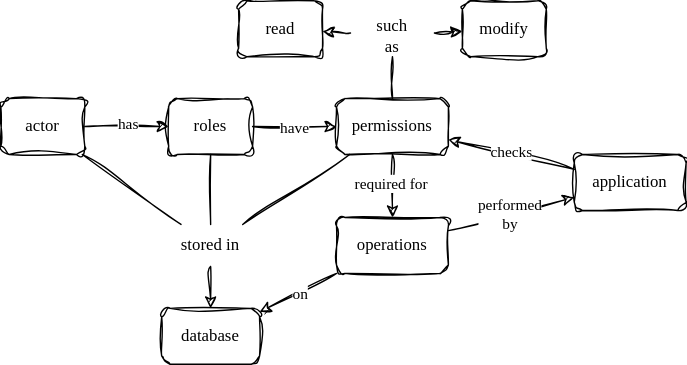
Earlier version of the draw.io export 11_perm/perm_concept_map.svg (lessonomicon/webonomicon). Source tidied: cells renumbered, new cells last; positions are measured from the earlier drawing's top-left corner, leaving out a move shared by most shapes. Source of this version:
```xml
<mxGraphModel>
  <root>
    <mxCell id="0" />
    <mxCell id="1" parent="0" />
    <mxCell id="2" value="actor" style="rounded=1;whiteSpace=wrap;html=1;sketch=1;hachureGap=4;jiggle=2;curveFitting=1;fontFamily=Architects Daughter;fontSource=https%3A%2F%2Ffonts.googleapis.com%2Fcss%3Ffamily%3DArchitects%2BDaughter;fillColor=none;" parent="1" vertex="1">
      <mxGeometry y="70" width="60" height="40" as="geometry" />
    </mxCell>
    <mxCell id="3" value="roles" style="rounded=1;whiteSpace=wrap;html=1;sketch=1;hachureGap=4;jiggle=2;curveFitting=1;fontFamily=Architects Daughter;fontSource=https%3A%2F%2Ffonts.googleapis.com%2Fcss%3Ffamily%3DArchitects%2BDaughter;fillColor=none;" parent="1" vertex="1">
      <mxGeometry x="120" y="70" width="60" height="40" as="geometry" />
    </mxCell>
    <mxCell id="4" style="endArrow=classic;html=1;rounded=0;sketch=1;hachureGap=4;jiggle=2;curveFitting=1;fontFamily=Architects Daughter;fontSource=https%3A%2F%2Ffonts.googleapis.com%2Fcss%3Ffamily%3DArchitects%2BDaughter;" parent="1" edge="1" source="2" target="3">
      <mxGeometry relative="1" as="geometry" />
    </mxCell>
    <mxCell id="5" value="has" style="edgeLabel;html=1;align=center;verticalAlign=middle;sketch=1;hachureGap=4;jiggle=2;curveFitting=1;fontFamily=Architects Daughter;fontSource=https%3A%2F%2Ffonts.googleapis.com%2Fcss%3Ffamily%3DArchitects%2BDaughter;" parent="4" vertex="1">
      <mxGeometry y="3" relative="1" as="geometry" />
    </mxCell>
    <mxCell id="6" value="permissions" style="rounded=1;whiteSpace=wrap;html=1;sketch=1;hachureGap=4;jiggle=2;curveFitting=1;fontFamily=Architects Daughter;fontSource=https%3A%2F%2Ffonts.googleapis.com%2Fcss%3Ffamily%3DArchitects%2BDaughter;fillColor=none;" parent="1" vertex="1">
      <mxGeometry x="240" y="70" width="80" height="40" as="geometry" />
    </mxCell>
    <mxCell id="7" style="endArrow=classic;html=1;rounded=0;sketch=1;hachureGap=4;jiggle=2;curveFitting=1;fontFamily=Architects Daughter;fontSource=https%3A%2F%2Ffonts.googleapis.com%2Fcss%3Ffamily%3DArchitects%2BDaughter;" parent="1" edge="1" source="3" target="6">
      <mxGeometry relative="1" as="geometry" />
    </mxCell>
    <mxCell id="8" value="have" style="edgeLabel;html=1;align=center;verticalAlign=middle;sketch=1;hachureGap=4;jiggle=2;curveFitting=1;fontFamily=Architects Daughter;fontSource=https%3A%2F%2Ffonts.googleapis.com%2Fcss%3Ffamily%3DArchitects%2BDaughter;" parent="7" vertex="1">
      <mxGeometry x="-0.05" relative="1" as="geometry" />
    </mxCell>
    <mxCell id="9" value="read" style="rounded=1;whiteSpace=wrap;html=1;sketch=1;hachureGap=4;jiggle=2;curveFitting=1;fontFamily=Architects Daughter;fontSource=https%3A%2F%2Ffonts.googleapis.com%2Fcss%3Ffamily%3DArchitects%2BDaughter;fillColor=none;" parent="1" vertex="1">
      <mxGeometry x="170" width="60" height="40" as="geometry" />
    </mxCell>
    <mxCell id="10" value="modify" style="rounded=1;whiteSpace=wrap;html=1;sketch=1;hachureGap=4;jiggle=2;curveFitting=1;fontFamily=Architects Daughter;fontSource=https%3A%2F%2Ffonts.googleapis.com%2Fcss%3Ffamily%3DArchitects%2BDaughter;fillColor=none;" parent="1" vertex="1">
      <mxGeometry x="330" width="60" height="40" as="geometry" />
    </mxCell>
    <mxCell id="11" value="such&lt;div&gt;as&lt;/div&gt;" style="text;html=1;align=center;verticalAlign=middle;whiteSpace=wrap;rounded=0;fontFamily=Architects Daughter;fontSource=https%3A%2F%2Ffonts.googleapis.com%2Fcss%3Ffamily%3DArchitects%2BDaughter;" parent="1" vertex="1">
      <mxGeometry x="250" y="10" width="60" height="30" as="geometry" />
    </mxCell>
    <mxCell id="12" style="endArrow=none;html=1;rounded=0;sketch=1;hachureGap=4;jiggle=2;curveFitting=1;fontFamily=Architects Daughter;fontSource=https%3A%2F%2Ffonts.googleapis.com%2Fcss%3Ffamily%3DArchitects%2BDaughter;" parent="1" edge="1" source="6" target="11">
      <mxGeometry relative="1" as="geometry" />
    </mxCell>
    <mxCell id="13" style="endArrow=classic;html=1;rounded=0;sketch=1;hachureGap=4;jiggle=2;curveFitting=1;fontFamily=Architects Daughter;fontSource=https%3A%2F%2Ffonts.googleapis.com%2Fcss%3Ffamily%3DArchitects%2BDaughter;" parent="1" edge="1" source="11" target="9">
      <mxGeometry relative="1" as="geometry" />
    </mxCell>
    <mxCell id="14" style="endArrow=classic;html=1;rounded=0;sketch=1;hachureGap=4;jiggle=2;curveFitting=1;fontFamily=Architects Daughter;fontSource=https%3A%2F%2Ffonts.googleapis.com%2Fcss%3Ffamily%3DArchitects%2BDaughter;" parent="1" edge="1" source="11" target="10">
      <mxGeometry relative="1" as="geometry" />
    </mxCell>
    <mxCell id="15" value="operations" style="rounded=1;whiteSpace=wrap;html=1;sketch=1;hachureGap=4;jiggle=2;curveFitting=1;fontFamily=Architects Daughter;fontSource=https%3A%2F%2Ffonts.googleapis.com%2Fcss%3Ffamily%3DArchitects%2BDaughter;fillColor=none;" parent="1" vertex="1">
      <mxGeometry x="240" y="155" width="80" height="40" as="geometry" />
    </mxCell>
    <mxCell id="16" style="endArrow=classic;html=1;rounded=0;sketch=1;hachureGap=4;jiggle=2;curveFitting=1;fontFamily=Architects Daughter;fontSource=https%3A%2F%2Ffonts.googleapis.com%2Fcss%3Ffamily%3DArchitects%2BDaughter;" parent="1" edge="1" source="6" target="15">
      <mxGeometry relative="1" as="geometry" />
    </mxCell>
    <mxCell id="17" value="required for" style="edgeLabel;html=1;align=center;verticalAlign=middle;sketch=1;hachureGap=4;jiggle=2;curveFitting=1;fontFamily=Architects Daughter;fontSource=https%3A%2F%2Ffonts.googleapis.com%2Fcss%3Ffamily%3DArchitects%2BDaughter;" parent="16" vertex="1">
      <mxGeometry x="-0.1" y="-2" relative="1" as="geometry" />
    </mxCell>
    <mxCell id="18" value="stored in" style="text;html=1;align=center;verticalAlign=middle;whiteSpace=wrap;rounded=0;fontFamily=Architects Daughter;fontSource=https%3A%2F%2Ffonts.googleapis.com%2Fcss%3Ffamily%3DArchitects%2BDaughter;" parent="1" vertex="1">
      <mxGeometry x="120" y="160" width="60" height="30" as="geometry" />
    </mxCell>
    <mxCell id="19" style="endArrow=none;html=1;rounded=0;sketch=1;hachureGap=4;jiggle=2;curveFitting=1;fontFamily=Architects Daughter;fontSource=https%3A%2F%2Ffonts.googleapis.com%2Fcss%3Ffamily%3DArchitects%2BDaughter;" parent="1" edge="1" source="2" target="18">
      <mxGeometry relative="1" as="geometry" />
    </mxCell>
    <mxCell id="20" style="endArrow=none;html=1;rounded=0;sketch=1;hachureGap=4;jiggle=2;curveFitting=1;fontFamily=Architects Daughter;fontSource=https%3A%2F%2Ffonts.googleapis.com%2Fcss%3Ffamily%3DArchitects%2BDaughter;" parent="1" edge="1" source="18" target="3">
      <mxGeometry relative="1" as="geometry" />
    </mxCell>
    <mxCell id="21" style="endArrow=none;html=1;rounded=0;sketch=1;hachureGap=4;jiggle=2;curveFitting=1;fontFamily=Architects Daughter;fontSource=https%3A%2F%2Ffonts.googleapis.com%2Fcss%3Ffamily%3DArchitects%2BDaughter;" parent="1" edge="1" source="18" target="6">
      <mxGeometry relative="1" as="geometry" />
    </mxCell>
    <mxCell id="22" value="database" style="rounded=1;whiteSpace=wrap;html=1;sketch=1;hachureGap=4;jiggle=2;curveFitting=1;fontFamily=Architects Daughter;fontSource=https%3A%2F%2Ffonts.googleapis.com%2Fcss%3Ffamily%3DArchitects%2BDaughter;fillColor=none;" parent="1" vertex="1">
      <mxGeometry x="115" y="220" width="70" height="40" as="geometry" />
    </mxCell>
    <mxCell id="23" style="endArrow=classic;html=1;rounded=0;sketch=1;hachureGap=4;jiggle=2;curveFitting=1;fontFamily=Architects Daughter;fontSource=https%3A%2F%2Ffonts.googleapis.com%2Fcss%3Ffamily%3DArchitects%2BDaughter;" parent="1" edge="1" source="15" target="22">
      <mxGeometry relative="1" as="geometry" />
    </mxCell>
    <mxCell id="24" value="on" style="edgeLabel;html=1;align=center;verticalAlign=middle;sketch=1;hachureGap=4;jiggle=2;curveFitting=1;fontFamily=Architects Daughter;fontSource=https%3A%2F%2Ffonts.googleapis.com%2Fcss%3Ffamily%3DArchitects%2BDaughter;" parent="23" vertex="1">
      <mxGeometry x="-0.03" y="1" relative="1" as="geometry" />
    </mxCell>
    <mxCell id="25" style="endArrow=classic;html=1;rounded=0;sketch=1;hachureGap=4;jiggle=2;curveFitting=1;fontFamily=Architects Daughter;fontSource=https%3A%2F%2Ffonts.googleapis.com%2Fcss%3Ffamily%3DArchitects%2BDaughter;" parent="1" edge="1" source="18" target="22">
      <mxGeometry relative="1" as="geometry" />
    </mxCell>
    <mxCell id="26" value="application" style="rounded=1;whiteSpace=wrap;html=1;sketch=1;hachureGap=4;jiggle=2;curveFitting=1;fontFamily=Architects Daughter;fontSource=https%3A%2F%2Ffonts.googleapis.com%2Fcss%3Ffamily%3DArchitects%2BDaughter;fillColor=none;" parent="1" vertex="1">
      <mxGeometry x="410" y="110" width="80" height="40" as="geometry" />
    </mxCell>
    <mxCell id="27" style="endArrow=classic;html=1;rounded=0;sketch=1;hachureGap=4;jiggle=2;curveFitting=1;fontFamily=Architects Daughter;fontSource=https%3A%2F%2Ffonts.googleapis.com%2Fcss%3Ffamily%3DArchitects%2BDaughter;" parent="1" edge="1" source="15" target="26">
      <mxGeometry relative="1" as="geometry" />
    </mxCell>
    <mxCell id="28" value="performed&lt;div&gt;by&lt;/div&gt;" style="edgeLabel;html=1;align=center;verticalAlign=middle;sketch=1;hachureGap=4;jiggle=2;curveFitting=1;fontFamily=Architects Daughter;fontSource=https%3A%2F%2Ffonts.googleapis.com%2Fcss%3Ffamily%3DArchitects%2BDaughter;" parent="27" vertex="1">
      <mxGeometry x="-0.03" relative="1" as="geometry" />
    </mxCell>
    <mxCell id="29" style="endArrow=classic;html=1;rounded=0;sketch=1;hachureGap=4;jiggle=2;curveFitting=1;fontFamily=Architects Daughter;fontSource=https%3A%2F%2Ffonts.googleapis.com%2Fcss%3Ffamily%3DArchitects%2BDaughter;" parent="1" edge="1" source="26" target="6">
      <mxGeometry relative="1" as="geometry" />
    </mxCell>
    <mxCell id="30" value="checks" style="edgeLabel;html=1;align=center;verticalAlign=middle;sketch=1;hachureGap=4;jiggle=2;curveFitting=1;fontFamily=Architects Daughter;fontSource=https%3A%2F%2Ffonts.googleapis.com%2Fcss%3Ffamily%3DArchitects%2BDaughter;" parent="29" vertex="1">
      <mxGeometry x="0.02" y="-2" relative="1" as="geometry" />
    </mxCell>
  </root>
</mxGraphModel>
```
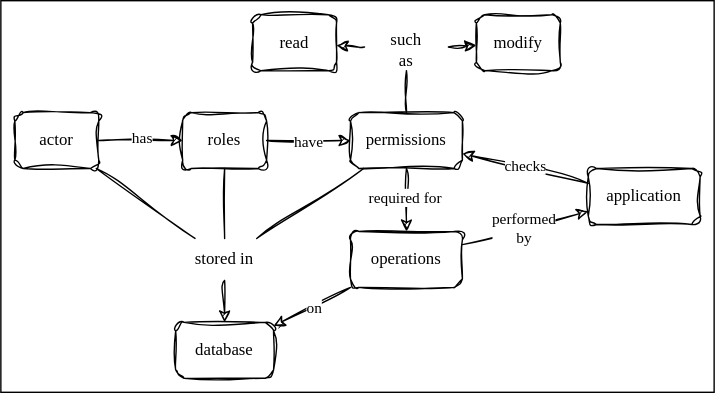
After the commit.

The edit, as a diff of the source:
```diff
@@ -2,6 +2,9 @@
   <root>
     <mxCell id="0" />
     <mxCell id="1" parent="0" />
+    <mxCell id="31" style="rounded=0;whiteSpace=wrap;html=1;hachureGap=4;fontFamily=Architects Daughter;fontSource=https%3A%2F%2Ffonts.googleapis.com%2Fcss%3Ffamily%3DArchitects%2BDaughter;" parent="1" vertex="1">
+      <mxGeometry x="-10" y="-10" width="510" height="280" as="geometry" />
+    </mxCell>
     <mxCell id="2" value="actor" style="rounded=1;whiteSpace=wrap;html=1;sketch=1;hachureGap=4;jiggle=2;curveFitting=1;fontFamily=Architects Daughter;fontSource=https%3A%2F%2Ffonts.googleapis.com%2Fcss%3Ffamily%3DArchitects%2BDaughter;fillColor=none;" parent="1" vertex="1">
       <mxGeometry y="70" width="60" height="40" as="geometry" />
     </mxCell>
```
